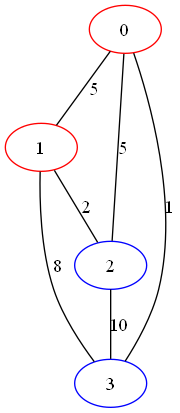
Above: coloracao-de-grafo/grafoColorido.png in nand1nha/Tecnica-de-programacao-avancada (Graphviz), before the change. Its source is kept beside it as coloracao-de-grafo/grafoColorido.dot.
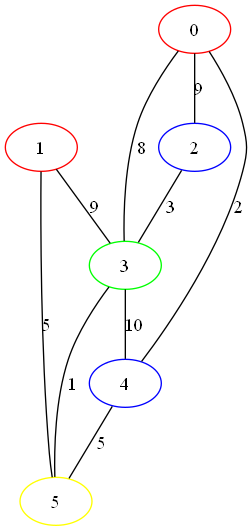
Above is the later version.

Diff of the diagram source:
```diff
@@ -2,11 +2,16 @@
   0[color=red];
   1[color=red];
   2[color=blue];
-  3[color=blue];
-  0 -- 2 [label=5,weight=5];
-  0 -- 3 [label=1,weight=1];
-  0 -- 1 [label=5,weight=5];
-  1 -- 2 [label=2,weight=2];
-  1 -- 3 [label=8,weight=8];
-  2 -- 3 [label=10,weight=10];
+  3[color=green];
+  4[color=blue];
+  5[color=yellow];
+  0 -- 4 [label=2,weight=2];
+  0 -- 3 [label=8,weight=8];
+  0 -- 2 [label=9,weight=9];
+  1 -- 5 [label=5,weight=5];
+  1 -- 3 [label=9,weight=9];
+  2 -- 3 [label=3,weight=3];
+  3 -- 5 [label=1,weight=1];
+  3 -- 4 [label=10,weight=10];
+  4 -- 5 [label=5,weight=5];
 }
```
